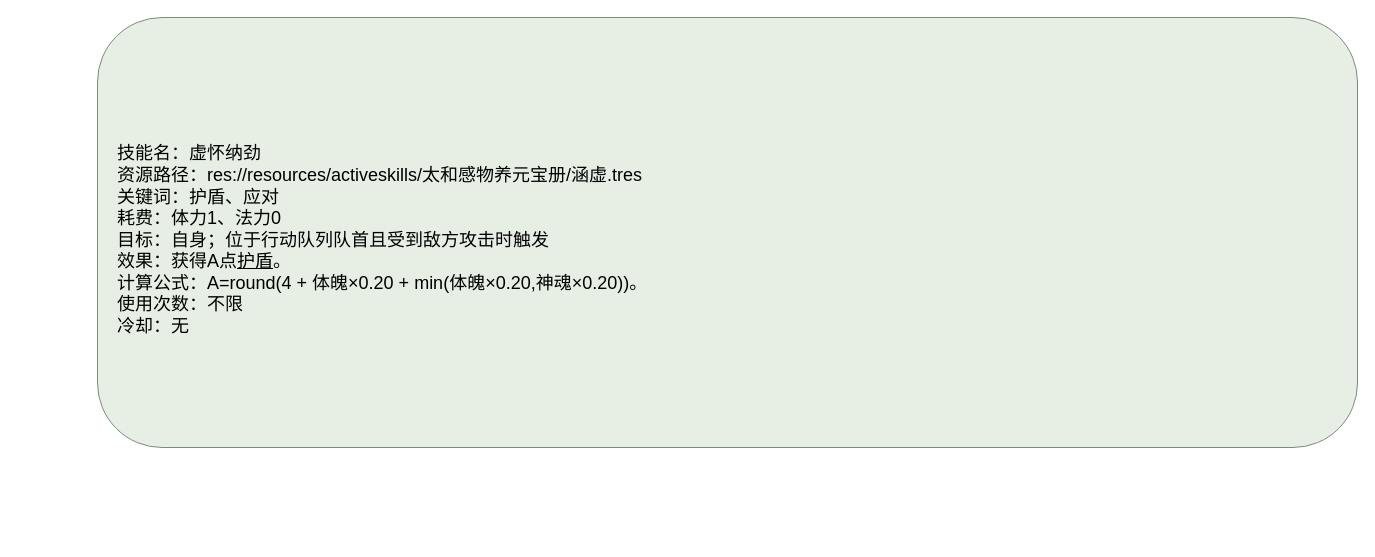
Before: page "虚怀纳劲" (1 of 2) of docs/卡牌词典/秘籍技能/太和感物养元宝册/虚怀纳劲.drawio in ankundanetracyc-spec/tian-guan-you-du, a draw.io diagram. Source tidied: cells renumbered, new cells numbered last; positions are measured from the earlier drawing's top-left corner, leaving out a move shared by most shapes. Both pictures are drawn from the tidied source at 100%, with x=0, y=0 at pixel (97, 17).
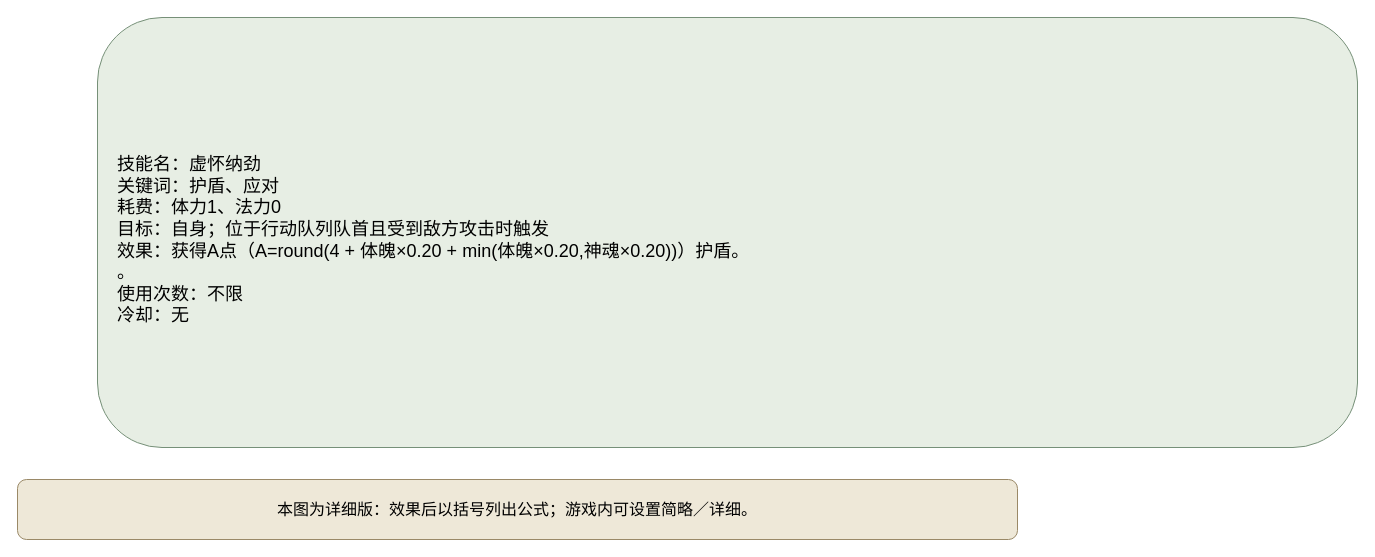
Above is the later version.

Diff of the diagram source:
```diff
@@
 <mxGraphModel>
   <root>
     <mxCell id="0" />
     <mxCell id="1" parent="0" />
-    <mxCell id="2" value="&lt;div style=&quot;text-align:left;&quot;&gt;技能名：虚怀纳劲&lt;br&gt;资源路径：res://resources/activeskills/太和感物养元宝册/涵虚.tres&lt;br&gt;关键词：护盾、应对&lt;br&gt;耗费：体力1、法力0&lt;br&gt;目标：自身；位于行动队列队首且受到敌方攻击时触发&lt;br&gt;效果：获得A点&lt;u&gt;护盾&lt;/u&gt;。&lt;br&gt;计算公式：A=round(4 + 体魄×0.20 + min(体魄×0.20,神魂×0.20))。&lt;br&gt;使用次数：不限&lt;br&gt;冷却：无&lt;/div&gt;" style="rounded=1;whiteSpace=wrap;html=1;fillColor=#e7eee4;strokeColor=#769078;fontSize=18;align=left;spacingLeft=18;spacingTop=16;" parent="1" vertex="1">
+    <mxCell id="2" value="技能名：虚怀纳劲&#10;关键词：护盾、应对&#10;耗费：体力1、法力0&#10;目标：自身；位于行动队列队首且受到敌方攻击时触发&#10;效果：获得A点（A=round(4 + 体魄×0.20 + min(体魄×0.20,神魂×0.20))）护盾。&#10;。&#10;使用次数：不限&#10;冷却：无" style="rounded=1;whiteSpace=wrap;html=1;fillColor=#e7eee4;strokeColor=#769078;fontSize=18;align=left;spacingLeft=18;spacingTop=16;" parent="1" vertex="1">
       <mxGeometry width="1260" height="430" as="geometry" />
     </mxCell>
+    <mxCell id="3" value="本图为详细版：效果后以括号列出公式；游戏内可设置简略／详细。" style="rounded=1;whiteSpace=wrap;html=1;fillColor=#eee8d8;strokeColor=#9a8967;fontSize=16;" parent="1" vertex="1">
+      <mxGeometry x="-80" y="462" width="1000" height="60" as="geometry" />
+    </mxCell>
   </root>
 </mxGraphModel>
```
